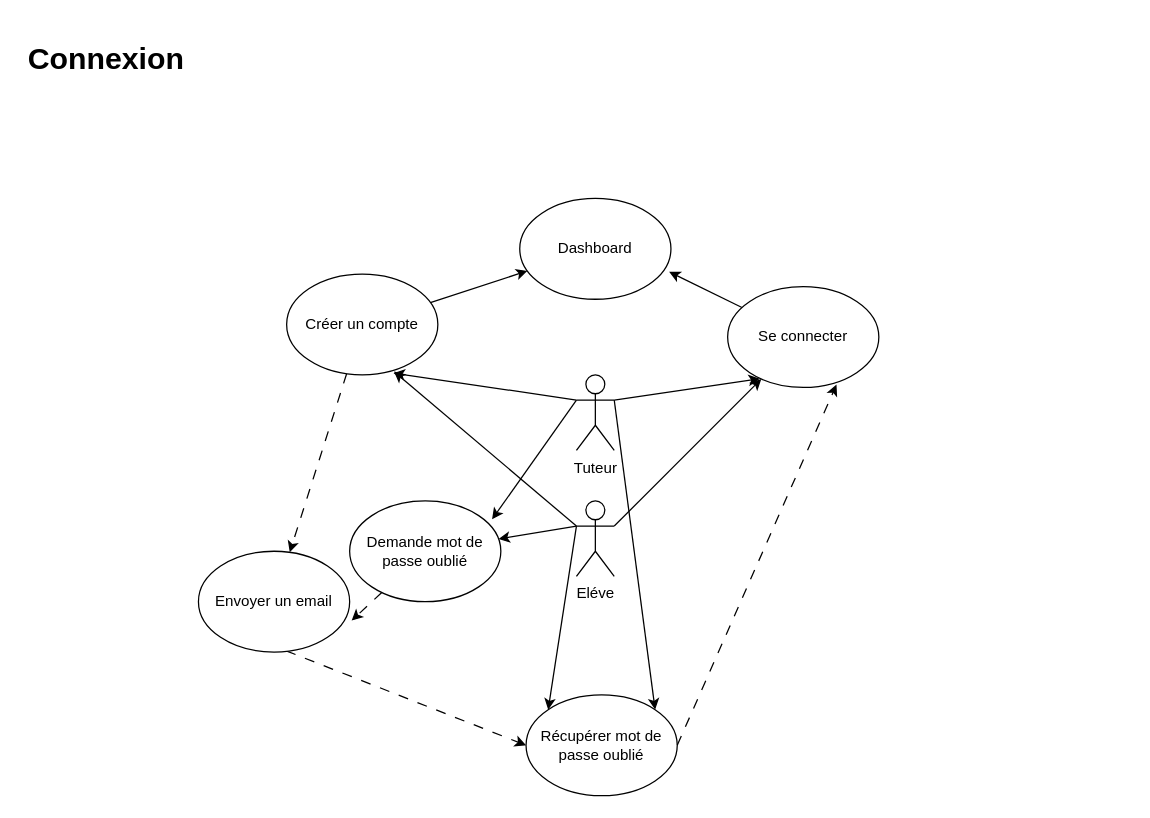
This is page "Connexion" (2 of 6) of P10Uml.drawio from tetyanachouteau/P10LHome, a draw.io file, before an edit. Source tidied: cells renumbered, new cells numbered last; positions are measured from the earlier drawing's top-left corner, leaving out a move shared by most shapes. Both pictures are drawn from the tidied source at 126%, with x=0, y=0 at pixel (21, 34).
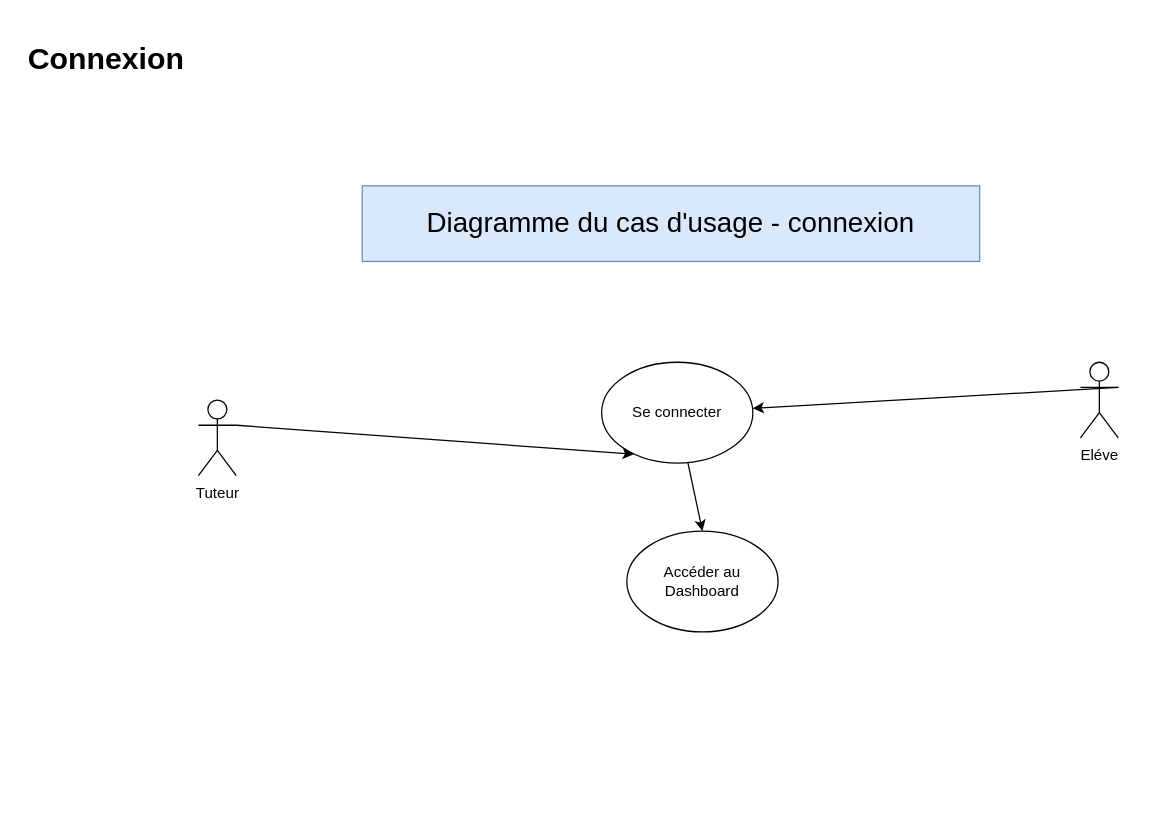
After the change.

The edit, as a diff of the source:
```diff
@@
-    <mxCell id="2" style="edgeStyle=none;rounded=0;jettySize=auto;html=1;entryX=1;entryY=0;entryDx=0;entryDy=0;exitX=1;exitY=0.3333333333333333;exitDx=0;exitDy=0;exitPerimeter=0;" parent="1" edge="1" source="4" target="13">
-      <mxGeometry relative="1" as="geometry" />
-    </mxCell>
-    <mxCell id="3" style="edgeStyle=none;rounded=0;jettySize=auto;html=1;exitX=0;exitY=0.3333333333333333;exitDx=0;exitDy=0;exitPerimeter=0;entryX=0.942;entryY=0.183;entryDx=0;entryDy=0;entryPerimeter=0;" parent="1" edge="1" source="4" target="23">
-      <mxGeometry relative="1" as="geometry" />
-    </mxCell>
     <mxCell id="4" value="Tuteur" style="shape=umlActor;verticalLabelPosition=bottom;verticalAlign=top;html=1;outlineConnect=0;" parent="1" vertex="1">
-      <mxGeometry x="440" y="270" width="30" height="60" as="geometry" />
+      <mxGeometry x="140" y="290" width="30" height="60" as="geometry" />
     </mxCell>
@@
-    <mxCell id="6" style="rounded=0;jettySize=auto;html=1;exitX=0;exitY=0.3333333333333333;exitDx=0;exitDy=0;exitPerimeter=0;entryX=0;entryY=0;entryDx=0;entryDy=0;" parent="1" edge="1" source="9" target="13">
-      <mxGeometry relative="1" as="geometry" />
-    </mxCell>
-    <mxCell id="7" style="edgeStyle=none;rounded=0;jettySize=auto;html=1;exitX=0;exitY=0.3333333333333333;exitDx=0;exitDy=0;exitPerimeter=0;entryX=0.71;entryY=0.967;entryDx=0;entryDy=0;entryPerimeter=0;" parent="1" edge="1" source="9" target="16">
-      <mxGeometry relative="1" as="geometry" />
-    </mxCell>
-    <mxCell id="8" style="edgeStyle=none;rounded=0;jettySize=auto;html=1;exitX=0;exitY=0.3333333333333333;exitDx=0;exitDy=0;exitPerimeter=0;" parent="1" edge="1" source="9" target="23">
-      <mxGeometry relative="1" as="geometry" />
-    </mxCell>
     <mxCell id="9" value="Eléve" style="shape=umlActor;verticalLabelPosition=bottom;verticalAlign=top;html=1;outlineConnect=0;" parent="1" vertex="1">
-      <mxGeometry x="440" y="370" width="30" height="60" as="geometry" />
+      <mxGeometry x="840" y="260" width="30" height="60" as="geometry" />
     </mxCell>
-    <mxCell id="10" style="edgeStyle=none;rounded=0;jettySize=auto;html=1;entryX=0.988;entryY=0.728;entryDx=0;entryDy=0;entryPerimeter=0;" parent="1" edge="1" source="11" target="21">
+    <mxCell id="10" style="edgeStyle=none;rounded=0;jettySize=auto;html=1;entryX=0.5;entryY=0;entryDx=0;entryDy=0;" parent="1" edge="1" source="11" target="21">
       <mxGeometry relative="1" as="geometry" />
     </mxCell>
     <mxCell id="11" value="Se connecter" style="ellipse;whiteSpace=wrap;html=1;" parent="1" vertex="1">
-      <mxGeometry x="560" y="200" width="120" height="80" as="geometry" />
+      <mxGeometry x="460" y="260" width="120" height="80" as="geometry" />
     </mxCell>
-    <mxCell id="12" style="rounded=0;jettySize=auto;html=1;entryX=0;entryY=0.5;entryDx=0;entryDy=0;dashed=1;dashPattern=8 8;exitX=0.58;exitY=0.988;exitDx=0;exitDy=0;exitPerimeter=0;" parent="1" edge="1" source="18" target="13">
-      <mxGeometry relative="1" as="geometry" />
-    </mxCell>
-    <mxCell id="13" value="Récupérer mot de passe oublié" style="ellipse;whiteSpace=wrap;html=1;" parent="1" vertex="1">
-      <mxGeometry x="400" y="524" width="120" height="80" as="geometry" />
-    </mxCell>
-    <mxCell id="14" style="rounded=0;jettySize=auto;html=1;dashed=1;dashPattern=8 8;" parent="1" edge="1" source="16" target="18">
-      <mxGeometry relative="1" as="geometry" />
-    </mxCell>
-    <mxCell id="15" style="edgeStyle=none;rounded=0;jettySize=auto;html=1;" parent="1" edge="1" source="16" target="21">
-      <mxGeometry relative="1" as="geometry" />
-    </mxCell>
-    <mxCell id="16" value="Créer un compte" style="ellipse;whiteSpace=wrap;html=1;" parent="1" vertex="1">
-      <mxGeometry x="210" y="190" width="120" height="80" as="geometry" />
-    </mxCell>
@@
-    <mxCell id="18" value="Envoyer un email" style="ellipse;whiteSpace=wrap;html=1;" parent="1" vertex="1">
-      <mxGeometry x="140" y="410" width="120" height="80" as="geometry" />
-    </mxCell>
-    <mxCell id="19" style="rounded=0;jettySize=auto;html=1;entryX=0.707;entryY=0.983;entryDx=0;entryDy=0;entryPerimeter=0;exitX=0;exitY=0.3333333333333333;exitDx=0;exitDy=0;exitPerimeter=0;" parent="1" edge="1" source="4" target="16">
-      <mxGeometry relative="1" as="geometry" />
-    </mxCell>
-    <mxCell id="20" style="rounded=0;jettySize=auto;html=1;entryX=0.72;entryY=0.972;entryDx=0;entryDy=0;dashed=1;dashPattern=8 8;entryPerimeter=0;exitX=1;exitY=0.5;exitDx=0;exitDy=0;" parent="1" edge="1" source="13" target="11">
-      <mxGeometry relative="1" as="geometry" />
-    </mxCell>
-    <mxCell id="21" value="Dashboard" style="ellipse;whiteSpace=wrap;html=1;" parent="1" vertex="1">
-      <mxGeometry x="395" y="130" width="120" height="80" as="geometry" />
+    <mxCell id="21" value="Accéder au Dashboard" style="ellipse;whiteSpace=wrap;html=1;" parent="1" vertex="1">
+      <mxGeometry x="480" y="394" width="120" height="80" as="geometry" />
     </mxCell>
-    <mxCell id="22" style="edgeStyle=none;rounded=0;jettySize=auto;html=1;entryX=1.013;entryY=0.688;entryDx=0;entryDy=0;entryPerimeter=0;dashed=1;dashPattern=8 8;" parent="1" edge="1" source="23" target="18">
-      <mxGeometry relative="1" as="geometry" />
-    </mxCell>
-    <mxCell id="23" value="Demande mot de passe oublié" style="ellipse;whiteSpace=wrap;html=1;" parent="1" vertex="1">
-      <mxGeometry x="260" y="370" width="120" height="80" as="geometry" />
-    </mxCell>
@@
+    <mxCell id="25" value="&lt;font style=&quot;font-size: 22px;&quot;&gt;Diagramme du cas d'usage - connexion&lt;/font&gt;" style="rounded=0;whiteSpace=wrap;html=1;fillColor=#dae8fc;strokeColor=#6c8ebf;" parent="1" vertex="1">
+      <mxGeometry x="270" y="120" width="490" height="60" as="geometry" />
+    </mxCell>
```
